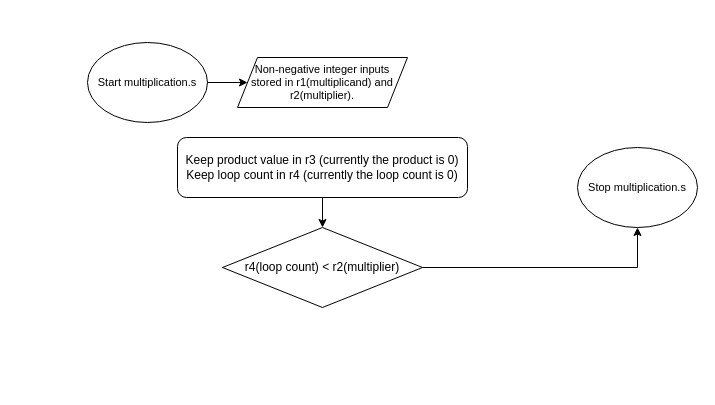
This is ECE 255/ECE255multiplication.sFlowChart.drawio from amirabdullahi1/gold, a draw.io file, before an edit. Source tidied: cells renumbered, new cells numbered last; positions are measured from the earlier drawing's top-left corner, leaving out a move shared by most shapes. Both pictures are drawn from the tidied source at 100%, with x=0, y=0 at pixel (87, 42).
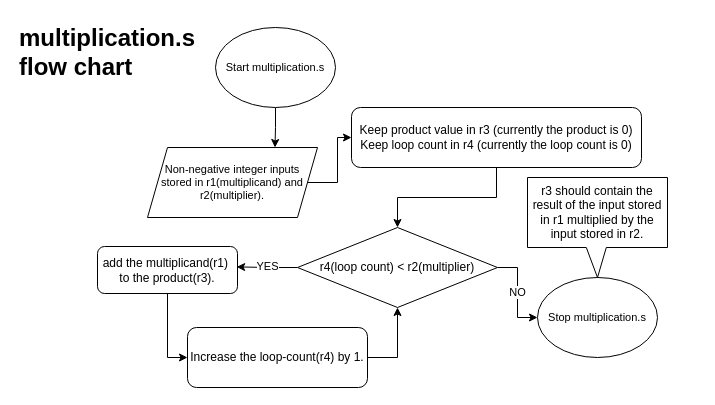
The same diagram, later.

What changed in the source:
```diff
@@
 <mxGraphModel>
   <root>
     <mxCell id="0" />
     <mxCell id="1" parent="0" />
-    <mxCell id="2" style="edgeStyle=orthogonalEdgeStyle;rounded=0;jettySize=auto;html=1;" parent="1" edge="1" source="3" target="5">
+    <mxCell id="2" style="edgeStyle=orthogonalEdgeStyle;rounded=0;jettySize=auto;html=1;entryX=0.75;entryY=0;entryDx=0;entryDy=0;" parent="1" edge="1" source="3" target="5">
       <mxGeometry relative="1" as="geometry" />
     </mxCell>
     <mxCell id="3" value="Start multiplication.s" style="ellipse;whiteSpace=wrap;html=1;fontSize=11;" parent="1" vertex="1">
-      <mxGeometry width="120" height="80" as="geometry" />
+      <mxGeometry x="128" y="-15" width="120" height="80" as="geometry" />
     </mxCell>
     <mxCell id="4" value="Stop multiplication.s" style="ellipse;whiteSpace=wrap;html=1;fontSize=11;" parent="1" vertex="1">
-      <mxGeometry x="490" y="105" width="120" height="80" as="geometry" />
+      <mxGeometry x="450" y="235" width="120" height="80" as="geometry" />
     </mxCell>
+    <mxCell id="10" style="edgeStyle=orthogonalEdgeStyle;rounded=0;jettySize=auto;html=1;exitX=1;exitY=0.5;exitDx=0;exitDy=0;entryX=0;entryY=0.5;entryDx=0;entryDy=0;" parent="1" edge="1" source="5" target="7">
+      <mxGeometry relative="1" as="geometry" />
+    </mxCell>
     <mxCell id="5" value="Non-negative integer inputs stored in r1(multiplicand) and r2(multiplier)." style="shape=parallelogram;perimeter=parallelogramPerimeter;whiteSpace=wrap;html=1;fixedSize=1;fontSize=11;" parent="1" vertex="1">
-      <mxGeometry x="150" y="15" width="170" height="50" as="geometry" />
+      <mxGeometry x="60" y="105" width="170" height="70" as="geometry" />
     </mxCell>
     <mxCell id="6" style="edgeStyle=orthogonalEdgeStyle;rounded=0;jettySize=auto;html=1;entryX=0.5;entryY=0;entryDx=0;entryDy=0;" parent="1" edge="1" source="7" target="9">
       <mxGeometry relative="1" as="geometry" />
     </mxCell>
     <mxCell id="7" value="Keep product value in r3 (currently the product is 0)&lt;div&gt;Keep loop count in r4 (currently the loop count is 0)&lt;br&gt;&lt;/div&gt;" style="rounded=1;whiteSpace=wrap;html=1;" parent="1" vertex="1">
-      <mxGeometry x="90" y="95" width="290" height="60" as="geometry" />
+      <mxGeometry x="264" y="65" width="290" height="60" as="geometry" />
     </mxCell>
-    <mxCell id="8" style="edgeStyle=orthogonalEdgeStyle;rounded=0;jettySize=auto;html=1;entryX=0.5;entryY=1;entryDx=0;entryDy=0;" parent="1" edge="1" source="9" target="4">
+    <mxCell id="8" value="NO" style="edgeStyle=orthogonalEdgeStyle;rounded=0;jettySize=auto;html=1;entryX=0;entryY=0.5;entryDx=0;entryDy=0;" parent="1" edge="1" source="9" target="4">
       <mxGeometry relative="1" as="geometry" />
     </mxCell>
+    <mxCell id="11" value="YES" style="edgeStyle=orthogonalEdgeStyle;rounded=0;jettySize=auto;html=1;entryX=0.994;entryY=0.434;entryDx=0;entryDy=0;entryPerimeter=0;" parent="1" edge="1" source="9" target="13">
+      <mxGeometry relative="1" as="geometry" />
+    </mxCell>
     <mxCell id="9" value="r4(loop count) &amp;lt; r2(multiplier)" style="rhombus;whiteSpace=wrap;html=1;" parent="1" vertex="1">
-      <mxGeometry x="135" y="185" width="200" height="80" as="geometry" />
+      <mxGeometry x="210" y="185" width="200" height="80" as="geometry" />
     </mxCell>
+    <mxCell id="12" style="edgeStyle=orthogonalEdgeStyle;rounded=0;jettySize=auto;html=1;entryX=0;entryY=0.5;entryDx=0;entryDy=0;" parent="1" edge="1" source="13" target="15">
+      <mxGeometry relative="1" as="geometry" />
+    </mxCell>
+    <mxCell id="13" value="add the multiplicand(r1)&amp;nbsp;&lt;div&gt;to the product(r3).&lt;/div&gt;" style="rounded=1;whiteSpace=wrap;html=1;" parent="1" vertex="1">
+      <mxGeometry x="10" y="204" width="140" height="47" as="geometry" />
+    </mxCell>
+    <mxCell id="14" style="edgeStyle=orthogonalEdgeStyle;rounded=0;jettySize=auto;html=1;exitX=1;exitY=0.5;exitDx=0;exitDy=0;entryX=0.5;entryY=1;entryDx=0;entryDy=0;" parent="1" edge="1" source="15" target="9">
+      <mxGeometry relative="1" as="geometry" />
+    </mxCell>
+    <mxCell id="15" value="Increase the loop-count(r4) by 1." style="rounded=1;whiteSpace=wrap;html=1;" parent="1" vertex="1">
+      <mxGeometry x="100" y="285" width="180" height="60" as="geometry" />
+    </mxCell>
+    <mxCell id="16" value="r3 should contain the&lt;div&gt;result of the input stored in r1 multiplied by the input stored in r2.&lt;/div&gt;" style="shape=callout;whiteSpace=wrap;html=1;perimeter=calloutPerimeter;size=30;position=0.42;" parent="1" vertex="1">
+      <mxGeometry x="440" y="135" width="140" height="100" as="geometry" />
+    </mxCell>
+    <mxCell id="17" value="&lt;h1 style=&quot;margin-top: 0px;&quot;&gt;multiplication.s flow chart&amp;nbsp;&lt;/h1&gt;&lt;div&gt;&lt;br&gt;&lt;/div&gt;&lt;p&gt;&lt;br&gt;&lt;/p&gt;&lt;div&gt;&lt;br&gt;&lt;/div&gt;" style="text;html=1;whiteSpace=wrap;overflow=hidden;rounded=0;" parent="1" vertex="1">
+      <mxGeometry x="-70" y="-25" width="180" height="120" as="geometry" />
+    </mxCell>
   </root>
 </mxGraphModel>
```
